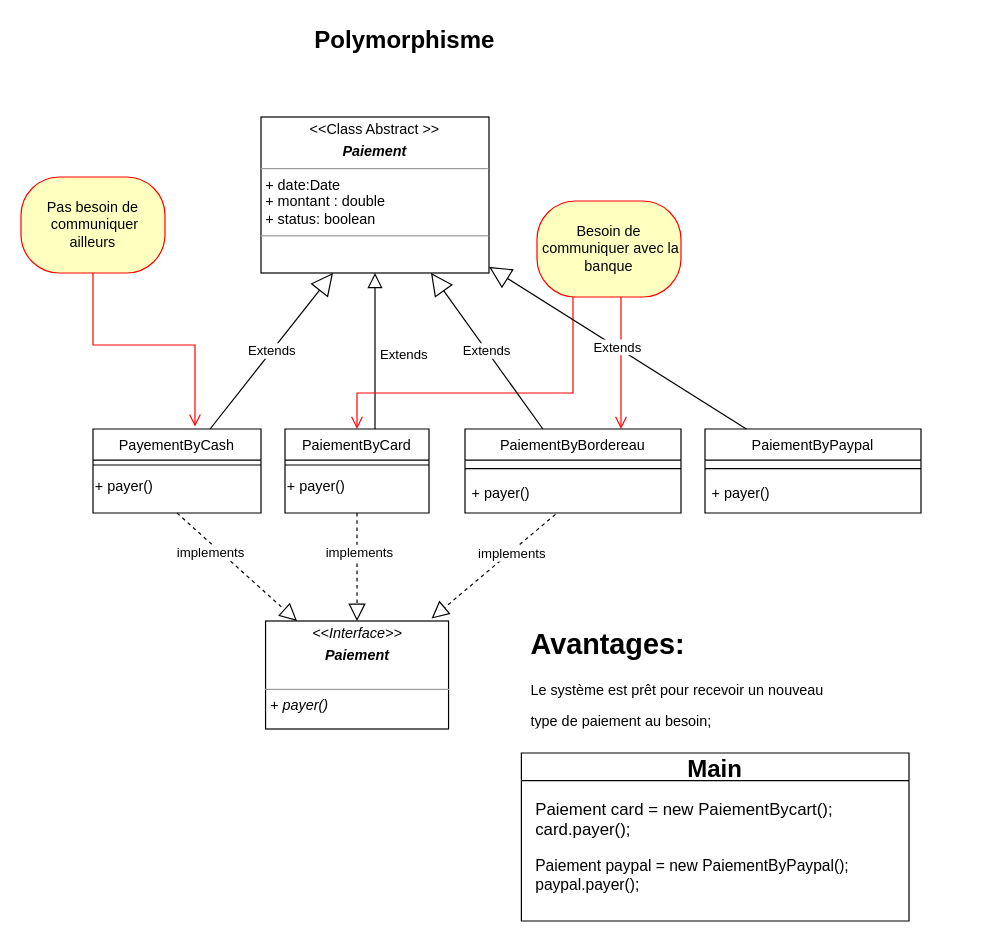
LuisCODS/UML-POO keeps this draw.io diagram as Polymorphisme.drawio. Above is the earlier version. Source tidied: cells renumbered, new cells numbered last; positions are measured from the earlier drawing's top-left corner, leaving out a move shared by most shapes. Both pictures are drawn from the tidied source at 120%, with x=0, y=0 at pixel (20, 20).
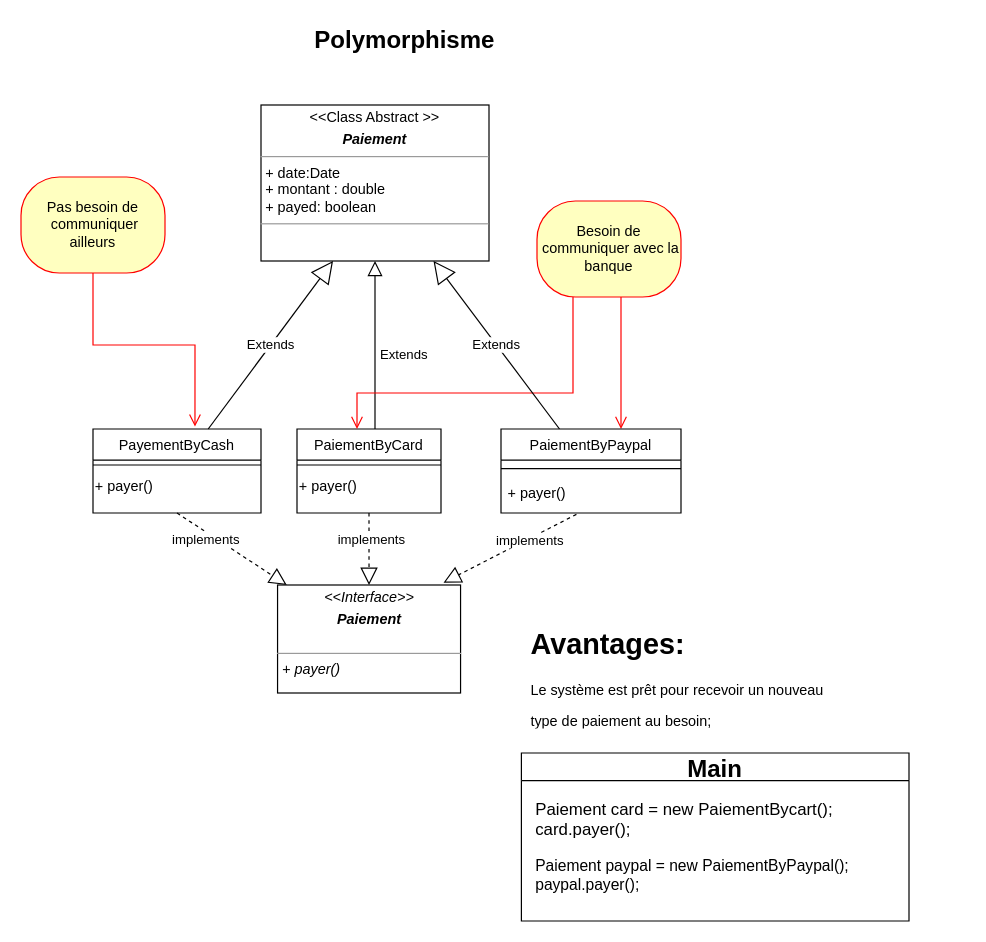
Above is the later version.

Commit message:
Mettre à jour Polymorphisme.drawio

The edit, as a diff of the source:
```diff
@@
     <mxCell id="2" value="PaiementByCard" style="swimlane;fontStyle=0;align=center;verticalAlign=top;horizontal=1;startSize=26;rounded=0;shadow=0;strokeWidth=1;" parent="1" vertex="1">
-      <mxGeometry x="220" y="340" width="120" height="70" as="geometry" />
+      <mxGeometry x="230" y="340" width="120" height="70" as="geometry" />
     </mxCell>
@@
     <mxCell id="6" value="&lt;p style=&quot;margin:0px;margin-top:4px;text-align:center;&quot;&gt;&lt;i&gt;&amp;lt;&amp;lt;Interface&amp;gt;&amp;gt;&lt;/i&gt;&lt;/p&gt;&lt;p style=&quot;margin:0px;margin-top:4px;text-align:center;&quot;&gt;&lt;i&gt;&lt;b&gt;Paiement&lt;/b&gt;&lt;br&gt;&lt;/i&gt;&lt;/p&gt;&lt;i&gt;&lt;br&gt;&lt;/i&gt;&lt;hr size=&quot;1&quot;&gt;&lt;p style=&quot;margin:0px;margin-left:4px;&quot;&gt;&lt;i&gt;+ payer()&lt;br&gt;&lt;/i&gt;&lt;/p&gt;" style="verticalAlign=top;align=left;overflow=fill;fontSize=12;fontFamily=Helvetica;html=1;" parent="1" vertex="1">
-      <mxGeometry x="203.8" y="500" width="152.5" height="90" as="geometry" />
+      <mxGeometry x="213.8" y="470" width="152.5" height="90" as="geometry" />
     </mxCell>
-    <mxCell id="7" value="&lt;p style=&quot;margin:0px;margin-top:4px;text-align:center;&quot;&gt;&amp;lt;&amp;lt;Class Abstract &amp;gt;&amp;gt;&lt;/p&gt;&lt;p style=&quot;margin:0px;margin-top:4px;text-align:center;&quot;&gt;&lt;i&gt;&lt;b&gt;Paiement&lt;/b&gt;&lt;/i&gt;&lt;br&gt;&lt;/p&gt;&lt;hr size=&quot;1&quot;&gt;&lt;p style=&quot;margin:0px;margin-left:4px;&quot;&gt;+ date:Date&lt;/p&gt;&lt;p style=&quot;margin:0px;margin-left:4px;&quot;&gt;+ montant : double&lt;/p&gt;&lt;p style=&quot;margin:0px;margin-left:4px;&quot;&gt;+ status: boolean&lt;br&gt;&lt;/p&gt;&lt;hr size=&quot;1&quot;&gt;&lt;p style=&quot;margin:0px;margin-left:4px;&quot;&gt;&lt;br&gt;&lt;br&gt;&lt;/p&gt;" style="verticalAlign=top;align=left;overflow=fill;fontSize=12;fontFamily=Helvetica;html=1;" parent="1" vertex="1">
-      <mxGeometry x="200" y="80" width="190" height="130" as="geometry" />
+    <mxCell id="7" value="&lt;p style=&quot;margin:0px;margin-top:4px;text-align:center;&quot;&gt;&amp;lt;&amp;lt;Class Abstract &amp;gt;&amp;gt;&lt;/p&gt;&lt;p style=&quot;margin:0px;margin-top:4px;text-align:center;&quot;&gt;&lt;i&gt;&lt;b&gt;Paiement&lt;/b&gt;&lt;/i&gt;&lt;br&gt;&lt;/p&gt;&lt;hr size=&quot;1&quot;&gt;&lt;p style=&quot;margin:0px;margin-left:4px;&quot;&gt;+ date:Date&lt;/p&gt;&lt;p style=&quot;margin:0px;margin-left:4px;&quot;&gt;+ montant : double&lt;/p&gt;&lt;p style=&quot;margin:0px;margin-left:4px;&quot;&gt;+ payed: boolean&lt;br&gt;&lt;/p&gt;&lt;hr size=&quot;1&quot;&gt;&lt;p style=&quot;margin:0px;margin-left:4px;&quot;&gt;&lt;br&gt;&lt;br&gt;&lt;/p&gt;" style="verticalAlign=top;align=left;overflow=fill;fontSize=12;fontFamily=Helvetica;html=1;" parent="1" vertex="1">
+      <mxGeometry x="200" y="70" width="190" height="130" as="geometry" />
     </mxCell>
@@
-    <mxCell id="23" value="PaiementByBordereau" style="swimlane;fontStyle=0;align=center;verticalAlign=top;horizontal=1;startSize=26;" parent="1" vertex="1">
-      <mxGeometry x="370" y="340" width="180" height="70" as="geometry" />
+    <mxCell id="23" value="PaiementByPaypal" style="swimlane;fontStyle=0;align=center;verticalAlign=top;horizontal=1;startSize=26;" parent="1" vertex="1">
+      <mxGeometry x="400" y="340" width="150" height="70" as="geometry" />
     </mxCell>
     <mxCell id="24" style="line;strokeWidth=1;fillColor=none;align=left;verticalAlign=middle;spacingTop=-1;spacingLeft=3;spacingRight=3;labelPosition=right;strokeColor=inherit;" parent="23" vertex="1">
-      <mxGeometry y="26" width="180" height="14" as="geometry" />
+      <mxGeometry y="26" width="150" height="14" as="geometry" />
     </mxCell>
     <mxCell id="25" value="+ payer()&#10;" style="text;strokeColor=none;fillColor=none;align=left;verticalAlign=top;spacingLeft=4;spacingRight=4;overflow=hidden;points=[[0,0.5],[1,0.5]];portConstraint=eastwest;" parent="23" vertex="1">
-      <mxGeometry y="40" width="180" height="30" as="geometry" />
+      <mxGeometry y="40" width="150" height="30" as="geometry" />
     </mxCell>
@@
-    <mxCell id="33" value="PaiementByPaypal" style="swimlane;fontStyle=0;align=center;verticalAlign=top;horizontal=1;startSize=26;" parent="1" vertex="1">
-      <mxGeometry x="570" y="340" width="180" height="70" as="geometry" />
-    </mxCell>
-    <mxCell id="34" style="line;strokeWidth=1;fillColor=none;align=left;verticalAlign=middle;spacingTop=-1;spacingLeft=3;spacingRight=3;labelPosition=right;strokeColor=inherit;" parent="33" vertex="1">
-      <mxGeometry y="26" width="180" height="14" as="geometry" />
-    </mxCell>
-    <mxCell id="35" value="+ payer()&#10;" style="text;strokeColor=none;fillColor=none;align=left;verticalAlign=top;spacingLeft=4;spacingRight=4;overflow=hidden;" parent="33" vertex="1">
-      <mxGeometry y="40" width="180" height="30" as="geometry" />
-    </mxCell>
-    <mxCell id="36" value="Extends" style="endArrow=block;endSize=16;endFill=0;html=1;rounded=0;" parent="1" edge="1" source="33" target="7">
-      <mxGeometry relative="1" as="geometry" />
-    </mxCell>
```
